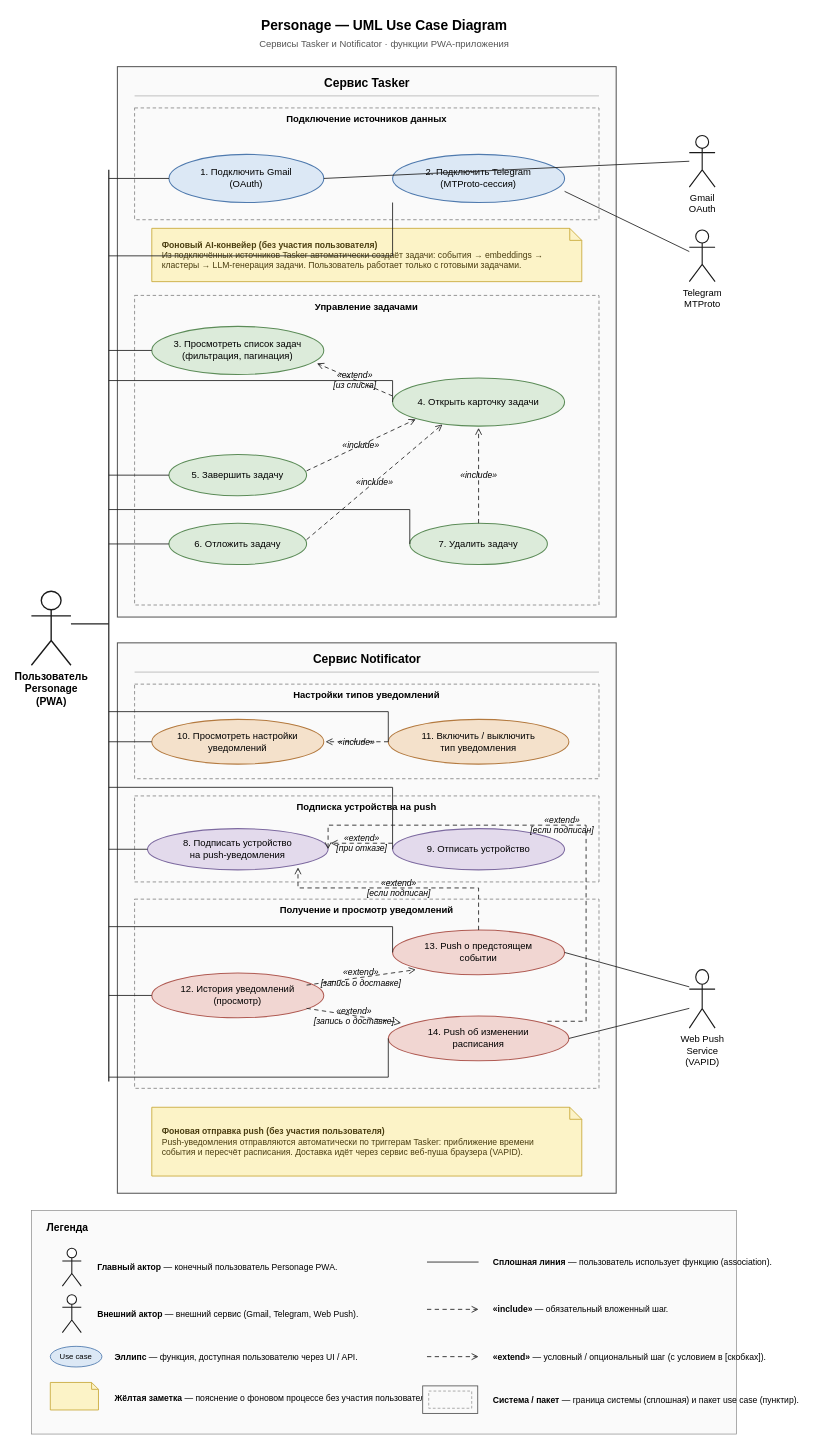
The draw.io diagram backend/tasker/USE_CASE_DIAGRAM.drawio in Doremi203/personage, before the edit. Source tidied: cells renumbered, new cells numbered last; positions are measured from the earlier drawing's top-left corner, leaving out a move shared by most shapes. Both pictures are drawn from the tidied source at 86%, with x=0, y=0 at pixel (31, 15).
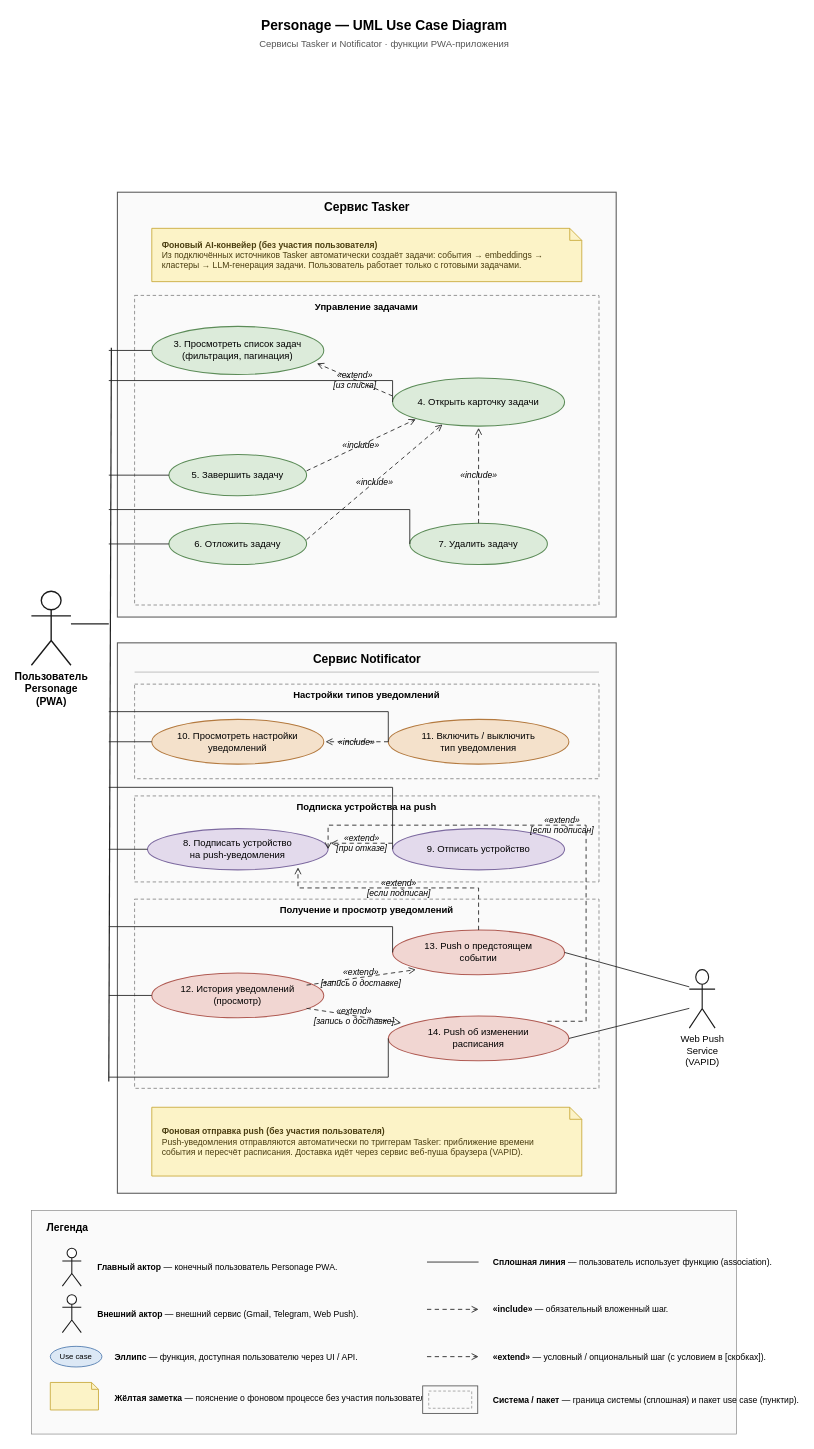
The same diagram, later.

Commit message (it also covers changes not shown here):
save usecase diagram

Change to the diagram source:
```diff
@@
     <mxCell id="4" style="rounded=0;whiteSpace=wrap;html=1;fillColor=#FAFAFA;strokeColor=#555555;strokeWidth=1.2;" parent="1" vertex="1">
-      <mxGeometry x="100" y="60" width="580" height="640" as="geometry" />
+      <mxGeometry x="100" y="206" width="580" height="494" as="geometry" />
     </mxCell>
     <mxCell id="5" value="Сервис Tasker" style="text;html=1;align=center;verticalAlign=middle;fontSize=14;fontStyle=1;fillColor=none;strokeColor=none;" parent="1" vertex="1">
-      <mxGeometry x="150" y="68" width="480" height="22" as="geometry" />
+      <mxGeometry x="150" y="212" width="480" height="22" as="geometry" />
     </mxCell>
-    <mxCell id="6" style="endArrow=none;startArrow=none;html=1;rounded=0;strokeColor=#999999;strokeWidth=0.7;" parent="1" edge="1">
-      <mxGeometry relative="1" as="geometry">
-        <mxPoint x="120" y="94" as="sourcePoint" />
-        <mxPoint x="660" y="94" as="targetPoint" />
-      </mxGeometry>
-    </mxCell>
-    <mxCell id="7" value="Подключение источников данных" style="rounded=0;whiteSpace=wrap;html=1;verticalAlign=top;dashed=1;dashPattern=4 3;fontStyle=1;fontSize=11;fillColor=none;strokeColor=#888888;" parent="1" vertex="1">
-      <mxGeometry x="120" y="108" width="540" height="130" as="geometry" />
-    </mxCell>
-    <mxCell id="8" value="1. Подключить Gmail&#10;(OAuth)" style="ellipse;whiteSpace=wrap;html=1;fontSize=11;fillColor=#DCE8F5;strokeColor=#4F7AAE;strokeWidth=1.2;" parent="1" vertex="1">
-      <mxGeometry x="160" y="162" width="180" height="56" as="geometry" />
-    </mxCell>
-    <mxCell id="9" value="2. Подключить Telegram&#10;(MTProto-сессия)" style="ellipse;whiteSpace=wrap;html=1;fontSize=11;fillColor=#DCE8F5;strokeColor=#4F7AAE;strokeWidth=1.2;" parent="1" vertex="1">
-      <mxGeometry x="420" y="162" width="200" height="56" as="geometry" />
-    </mxCell>
@@
-    <mxCell id="32" value="Gmail&#10;OAuth" style="shape=umlActor;verticalLabelPosition=bottom;labelBackgroundColor=none;verticalAlign=top;html=1;fontSize=11;strokeColor=#1a1a1a;strokeWidth=1.3;" parent="1" vertex="1">
-      <mxGeometry x="765" y="140" width="30" height="60" as="geometry" />
-    </mxCell>
-    <mxCell id="33" value="Telegram&#10;MTProto" style="shape=umlActor;verticalLabelPosition=bottom;labelBackgroundColor=none;verticalAlign=top;html=1;fontSize=11;strokeColor=#1a1a1a;strokeWidth=1.3;" parent="1" vertex="1">
-      <mxGeometry x="765" y="250" width="30" height="60" as="geometry" />
-    </mxCell>
@@
     <mxCell id="36" style="endArrow=none;startArrow=none;html=1;rounded=0;strokeColor=#222222;strokeWidth=1.4;" parent="1" edge="1">
       <mxGeometry relative="1" as="geometry">
-        <mxPoint x="90" y="180" as="sourcePoint" />
+        <mxPoint x="93" y="387" as="sourcePoint" />
         <mxPoint x="90" y="1240" as="targetPoint" />
       </mxGeometry>
     </mxCell>
-    <mxCell id="37" style="endArrow=none;startArrow=none;html=1;rounded=0;strokeColor=#222222;" parent="1" edge="1">
-      <mxGeometry relative="1" as="geometry">
-        <mxPoint x="90" y="190" as="sourcePoint" />
-        <mxPoint x="160" y="190" as="targetPoint" />
-      </mxGeometry>
-    </mxCell>
@@
-    <mxCell id="44" style="endArrow=none;startArrow=none;html=1;rounded=0;strokeColor=#222222;" parent="1" edge="1">
-      <mxGeometry relative="1" as="geometry">
-        <mxPoint x="90" y="280" as="sourcePoint" />
-        <mxPoint x="420" y="218" as="targetPoint" />
-        <Array as="points">
-          <mxPoint x="420" y="280" />
-        </Array>
-      </mxGeometry>
-    </mxCell>
@@
-    <mxCell id="51" style="endArrow=none;startArrow=none;html=1;rounded=0;strokeColor=#222222;" parent="1" edge="1">
-      <mxGeometry relative="1" as="geometry">
-        <mxPoint x="765" y="170" as="sourcePoint" />
-        <mxPoint x="340" y="190" as="targetPoint" />
-      </mxGeometry>
-    </mxCell>
-    <mxCell id="52" style="endArrow=none;startArrow=none;html=1;rounded=0;strokeColor=#222222;" parent="1" edge="1">
-      <mxGeometry relative="1" as="geometry">
-        <mxPoint x="765" y="275" as="sourcePoint" />
-        <mxPoint x="620" y="205" as="targetPoint" />
-      </mxGeometry>
-    </mxCell>
```
